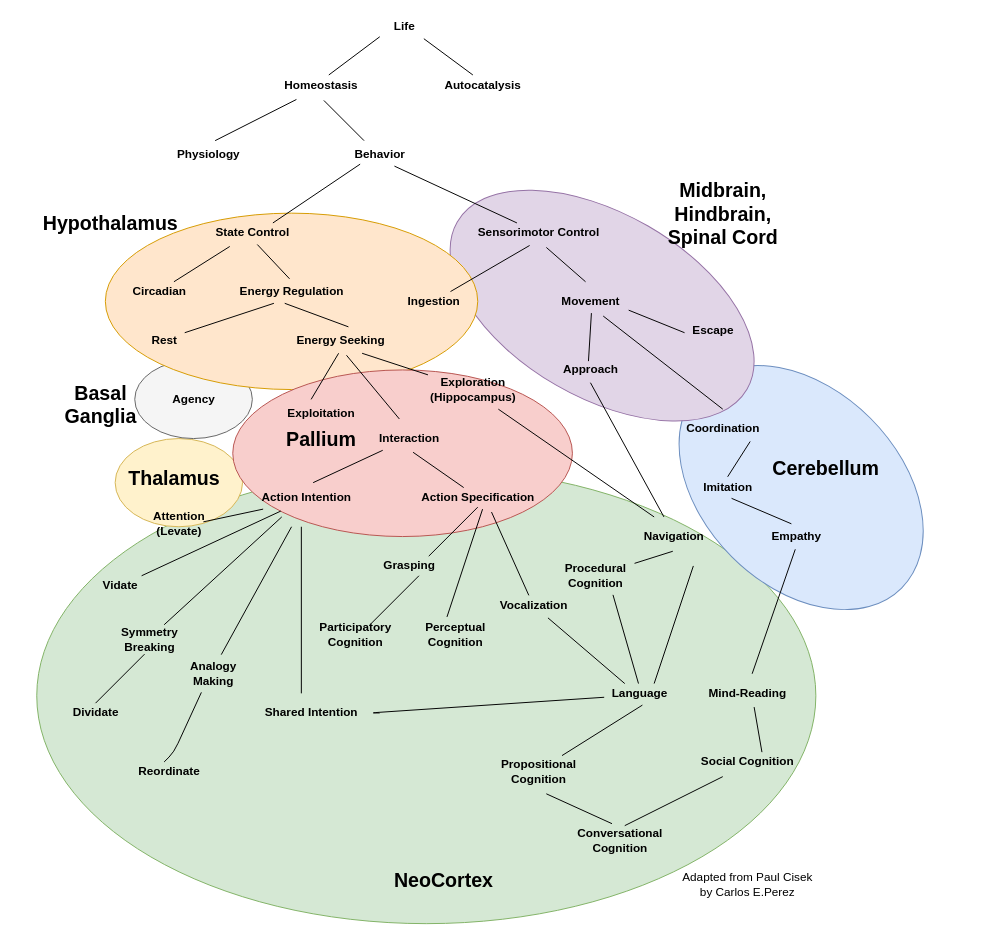
Before: cognitive_evolution.drawio in codeaudit/1, a draw.io diagram. Source tidied: cells renumbered, new cells numbered last; positions are measured from the earlier drawing's top-left corner, leaving out a move shared by most shapes. Both pictures are drawn from the tidied source at 98%, with x=0, y=0 at pixel (36, 17).
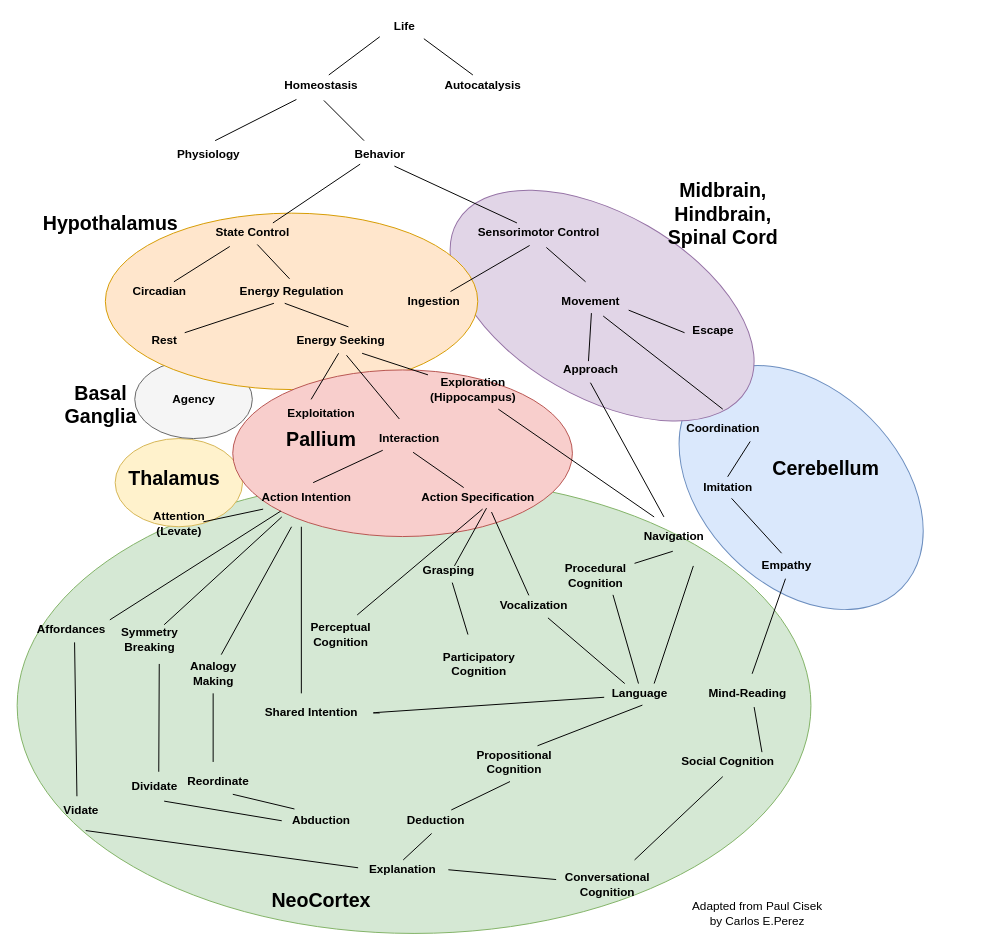
The same page after the edit.

The change refers to these unchanged cells:
```xml
<mxCell id="29" value="Action Specification" style="text;html=1;align=center;verticalAlign=middle;points=[];fontStyle=1;" parent="1" vertex="1">
  <mxGeometry x="385" y="480" width="130" height="20" as="geometry" />
</mxCell>
<mxCell id="33" value="Analogy&lt;br&gt;Making" style="text;html=1;align=center;verticalAlign=middle;points=[];fontStyle=1;" parent="1" vertex="1">
  <mxGeometry x="150" y="655" width="60" height="30" as="geometry" />
</mxCell>
```

Diff of the diagram source:
```diff
@@
     <mxCell id="2" style="ellipse;whiteSpace=wrap;html=1;fillColor=#d5e8d4;strokeColor=#82b366;" parent="1" vertex="1">
-      <mxGeometry y="460" width="795" height="465" as="geometry" />
+      <mxGeometry x="-20" y="470" width="810" height="465" as="geometry" />
     </mxCell>
@@
-    <mxCell id="31" value="Vidate" style="text;html=1;align=center;verticalAlign=middle;points=[];fontStyle=1;" parent="1" vertex="1">
-      <mxGeometry x="60" y="570" width="50" height="20" as="geometry" />
+    <mxCell id="31" value="Affordances" style="text;html=1;align=center;verticalAlign=middle;points=[];fontStyle=1;" parent="1" vertex="1">
+      <mxGeometry x="-10" y="615" width="90" height="20" as="geometry" />
     </mxCell>
     <mxCell id="32" value="Dividate" style="text;html=1;align=center;verticalAlign=middle;fontStyle=1;" parent="1" vertex="1">
-      <mxGeometry x="30" y="700" width="60" height="20" as="geometry" />
+      <mxGeometry x="90" y="775" width="60" height="20" as="geometry" />
     </mxCell>
@@
     <mxCell id="35" value="Propositional&lt;br&gt;Cognition" style="text;html=1;align=center;verticalAlign=middle;points=[];fontStyle=1;" parent="1" vertex="1">
-      <mxGeometry x="466.6" y="755" width="90" height="30" as="geometry" />
+      <mxGeometry x="441.6" y="745" width="90" height="30" as="geometry" />
     </mxCell>
     <mxCell id="36" value="Perceptual&lt;br&gt;Cognition" style="text;html=1;align=center;verticalAlign=middle;points=[];fontStyle=1;" parent="1" vertex="1">
-      <mxGeometry x="386.6" y="615" width="80" height="30" as="geometry" />
+      <mxGeometry x="270" y="615" width="80" height="30" as="geometry" />
     </mxCell>
     <mxCell id="37" value="Participatory&lt;br&gt;Cognition" style="text;html=1;align=center;verticalAlign=middle;fontStyle=1;" parent="1" vertex="1">
-      <mxGeometry x="280" y="615" width="90" height="30" as="geometry" />
+      <mxGeometry x="406.2" y="645" width="90" height="30" as="geometry" />
     </mxCell>
@@
     <mxCell id="40" value="Social Cognition" style="text;html=1;align=center;verticalAlign=middle;fontStyle=1;" parent="1" vertex="1">
-      <mxGeometry x="670" y="750" width="110" height="20" as="geometry" />
+      <mxGeometry x="650" y="750" width="110" height="20" as="geometry" />
     </mxCell>
@@
     <mxCell id="45" value="Grasping" style="text;html=1;align=center;verticalAlign=middle;points=[];fontStyle=1;" parent="1" vertex="1">
-      <mxGeometry x="345" y="550" width="70" height="20" as="geometry" />
+      <mxGeometry x="385" y="555" width="70" height="20" as="geometry" />
     </mxCell>
@@
     <mxCell id="47" value="&lt;b&gt;Empathy&lt;/b&gt;" style="text;html=1;align=center;verticalAlign=middle;points=[];" parent="1" vertex="1">
-      <mxGeometry x="740" y="520" width="70" height="20" as="geometry" />
+      <mxGeometry x="730" y="550" width="70" height="20" as="geometry" />
     </mxCell>
@@
     <mxCell id="51" value="&lt;font style=&quot;font-size: 20px&quot;&gt;&lt;b&gt;NeoCortex&lt;br&gt;&lt;/b&gt;&lt;/font&gt;" style="text;html=1;align=center;verticalAlign=middle;" parent="1" vertex="1">
-      <mxGeometry x="355" y="870" width="120" height="20" as="geometry" />
+      <mxGeometry x="230" y="890" width="120" height="20" as="geometry" />
     </mxCell>
@@
-    <mxCell id="77" style="endArrow=none;html=1;" parent="1" edge="1">
+    <mxCell id="77" style="endArrow=none;html=1;entryX=0.569;entryY=1.05;entryDx=0;entryDy=0;entryPerimeter=0;" parent="1" edge="1" target="29">
       <mxGeometry relative="1" as="geometry">
-        <mxPoint x="400" y="550" as="sourcePoint" />
-        <mxPoint x="450" y="500" as="targetPoint" />
+        <mxPoint x="426.2" y="560" as="sourcePoint" />
       </mxGeometry>
     </mxCell>
@@
-    <mxCell id="84" style="endArrow=none;html=1;" parent="1" edge="1">
+    <mxCell id="84" style="endArrow=none;html=1;entryX=0.557;entryY=1.1;entryDx=0;entryDy=0;entryPerimeter=0;" parent="1" edge="1" target="45">
       <mxGeometry relative="1" as="geometry">
-        <mxPoint x="340" y="620" as="sourcePoint" />
-        <mxPoint x="390" y="570" as="targetPoint" />
+        <mxPoint x="440" y="630" as="sourcePoint" />
       </mxGeometry>
     </mxCell>
-    <mxCell id="85" style="endArrow=none;html=1;entryX=0.538;entryY=1.1;entryDx=0;entryDy=0;entryPerimeter=0;exitX=0.4;exitY=-0.1;exitDx=0;exitDy=0;exitPerimeter=0;" parent="1" edge="1" source="36" target="29">
-      <mxGeometry relative="1" as="geometry" />
+    <mxCell id="85" style="endArrow=none;html=1;entryX=0.538;entryY=1.1;entryDx=0;entryDy=0;entryPerimeter=0;" parent="1" edge="1" target="29">
+      <mxGeometry relative="1" as="geometry">
+        <mxPoint x="327" y="610" as="sourcePoint" />
+      </mxGeometry>
     </mxCell>
@@
     <mxCell id="87" value="Conversational&lt;br&gt;Cognition" style="text;html=1;align=center;verticalAlign=middle;points=[];fontStyle=1;" parent="1" vertex="1">
-      <mxGeometry x="545" y="825" width="100" height="30" as="geometry" />
+      <mxGeometry x="531.6" y="870" width="100" height="30" as="geometry" />
     </mxCell>
@@
     <mxCell id="90" style="endArrow=none;html=1;" parent="1" edge="1">
       <mxGeometry relative="1" as="geometry">
-        <mxPoint x="600" y="825" as="sourcePoint" />
+        <mxPoint x="610" y="860" as="sourcePoint" />
         <mxPoint x="700" y="775" as="targetPoint" />
       </mxGeometry>
     </mxCell>
-    <mxCell id="91" style="endArrow=none;html=1;exitX=0.42;exitY=-0.067;exitDx=0;exitDy=0;exitPerimeter=0;entryX=0.593;entryY=1.25;entryDx=0;entryDy=0;entryPerimeter=0;" parent="1" edge="1" source="87" target="35">
-      <mxGeometry relative="1" as="geometry" />
-    </mxCell>
@@
     <mxCell id="98" value="Adapted from Paul Cisek&lt;br&gt;by Carlos E.Perez" style="text;html=1;align=center;verticalAlign=middle;" parent="1" vertex="1">
-      <mxGeometry x="650" y="870" width="150" height="30" as="geometry" />
+      <mxGeometry x="660" y="900" width="150" height="30" as="geometry" />
     </mxCell>
@@
     <mxCell id="101" value="Reordinate" style="text;html=1;align=center;verticalAlign=middle;points=[];fontStyle=1;" parent="1" vertex="1">
-      <mxGeometry x="95" y="760" width="80" height="20" as="geometry" />
+      <mxGeometry x="145" y="770" width="80" height="20" as="geometry" />
     </mxCell>
-    <mxCell id="102" style="endArrow=none;html=1;entryX=0.3;entryY=1.133;entryDx=0;entryDy=0;entryPerimeter=0;" parent="1" edge="1" target="33">
-      <mxGeometry relative="1" as="geometry">
-        <mxPoint x="130" y="760" as="sourcePoint" />
-        <Array as="points">
-          <mxPoint x="140" y="750" />
-        </Array>
-      </mxGeometry>
-    </mxCell>
-    <mxCell id="103" style="endArrow=none;html=1;" parent="1" edge="1">
-      <mxGeometry relative="1" as="geometry">
-        <mxPoint x="60" y="700" as="sourcePoint" />
-        <mxPoint x="110" y="650" as="targetPoint" />
-      </mxGeometry>
-    </mxCell>
+    <mxCell id="104" style="endArrow=none;html=1;" parent="1" edge="1">
+      <mxGeometry relative="1" as="geometry">
+        <mxPoint x="124.5" y="770" as="sourcePoint" />
+        <mxPoint x="125" y="660" as="targetPoint" />
+      </mxGeometry>
+    </mxCell>
+    <mxCell id="105" style="endArrow=none;html=1;" parent="1" edge="1">
+      <mxGeometry relative="1" as="geometry">
+        <mxPoint x="180" y="760" as="sourcePoint" />
+        <mxPoint x="180" y="690" as="targetPoint" />
+      </mxGeometry>
+    </mxCell>
+    <mxCell id="106" value="Vidate" style="text;html=1;align=center;verticalAlign=middle;points=[];fontStyle=1;" parent="1" vertex="1">
+      <mxGeometry x="20" y="800" width="50" height="20" as="geometry" />
+    </mxCell>
+    <mxCell id="107" style="endArrow=none;html=1;entryX=0.54;entryY=1.15;entryDx=0;entryDy=0;entryPerimeter=0;exitX=0.42;exitY=-0.25;exitDx=0;exitDy=0;exitPerimeter=0;" parent="1" edge="1" source="106" target="31">
+      <mxGeometry relative="1" as="geometry" />
+    </mxCell>
+    <mxCell id="108" value="Abduction" style="text;html=1;align=center;verticalAlign=middle;points=[];fontStyle=1;" parent="1" vertex="1">
+      <mxGeometry x="255" y="810" width="70" height="20" as="geometry" />
+    </mxCell>
+    <mxCell id="109" value="Explanation" style="text;html=1;align=center;verticalAlign=middle;points=[];fontStyle=1;" parent="1" vertex="1">
+      <mxGeometry x="333.3" y="860" width="80" height="20" as="geometry" />
+    </mxCell>
+    <mxCell id="110" style="endArrow=none;html=1;entryX=0.688;entryY=1.15;entryDx=0;entryDy=0;entryPerimeter=0;exitX=0.114;exitY=-0.1;exitDx=0;exitDy=0;exitPerimeter=0;" parent="1" edge="1" source="108" target="101">
+      <mxGeometry relative="1" as="geometry" />
+    </mxCell>
+    <mxCell id="111" value="&lt;b&gt;Deduction&lt;br&gt;&lt;/b&gt;" style="text;html=1;align=center;verticalAlign=middle;points=[];" parent="1" vertex="1">
+      <mxGeometry x="371.6" y="810" width="70" height="20" as="geometry" />
+    </mxCell>
+    <mxCell id="112" style="endArrow=none;html=1;entryX=0.459;entryY=1.167;entryDx=0;entryDy=0;entryPerimeter=0;exitX=0.734;exitY=-0.05;exitDx=0;exitDy=0;exitPerimeter=0;" parent="1" edge="1" source="111" target="35">
+      <mxGeometry relative="1" as="geometry" />
+    </mxCell>
+    <mxCell id="113" style="endArrow=none;html=1;" parent="1" edge="1">
+      <mxGeometry relative="1" as="geometry">
+        <mxPoint x="130" y="800" as="sourcePoint" />
+        <mxPoint x="250" y="820" as="targetPoint" />
+      </mxGeometry>
+    </mxCell>
+    <mxCell id="114" style="endArrow=none;html=1;entryX=-0.067;entryY=0.4;entryDx=0;entryDy=0;entryPerimeter=0;" parent="1" edge="1" target="109">
+      <mxGeometry relative="1" as="geometry">
+        <mxPoint x="50" y="830" as="sourcePoint" />
+      </mxGeometry>
+    </mxCell>
+    <mxCell id="115" style="endArrow=none;html=1;entryX=0.448;entryY=1.15;entryDx=0;entryDy=0;entryPerimeter=0;exitX=0.508;exitY=0;exitDx=0;exitDy=0;exitPerimeter=0;" parent="1" edge="1" source="109" target="111">
+      <mxGeometry relative="1" as="geometry" />
+    </mxCell>
+    <mxCell id="116" style="endArrow=none;html=1;" parent="1" edge="1">
+      <mxGeometry relative="1" as="geometry">
+        <mxPoint x="420" y="870" as="sourcePoint" />
+        <mxPoint x="530" y="880" as="targetPoint" />
+      </mxGeometry>
+    </mxCell>
```
